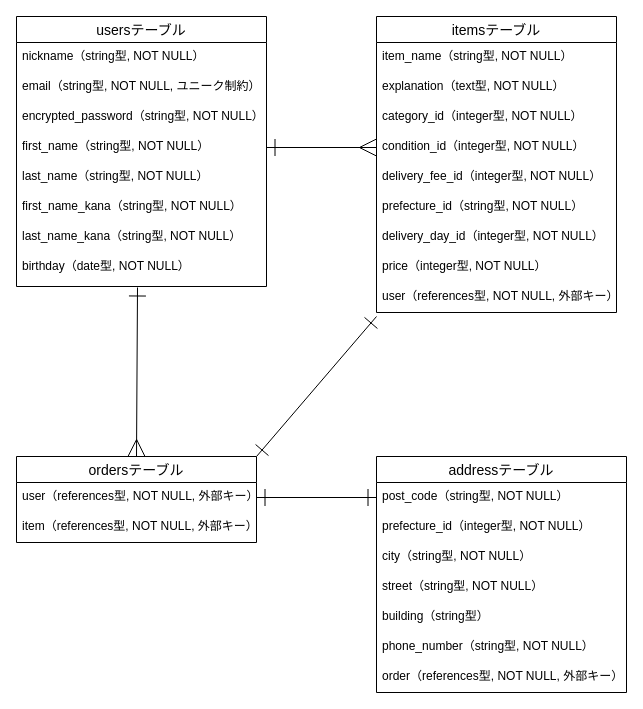
ayameblue/furima-40420-2 keeps this draw.io diagram as furima.dio. Above is the earlier version. Source tidied: cells renumbered, new cells numbered last; positions are measured from the earlier drawing's top-left corner, leaving out a move shared by most shapes. Both pictures are drawn from the tidied source at 100%, with x=0, y=0 at pixel (16, 16).
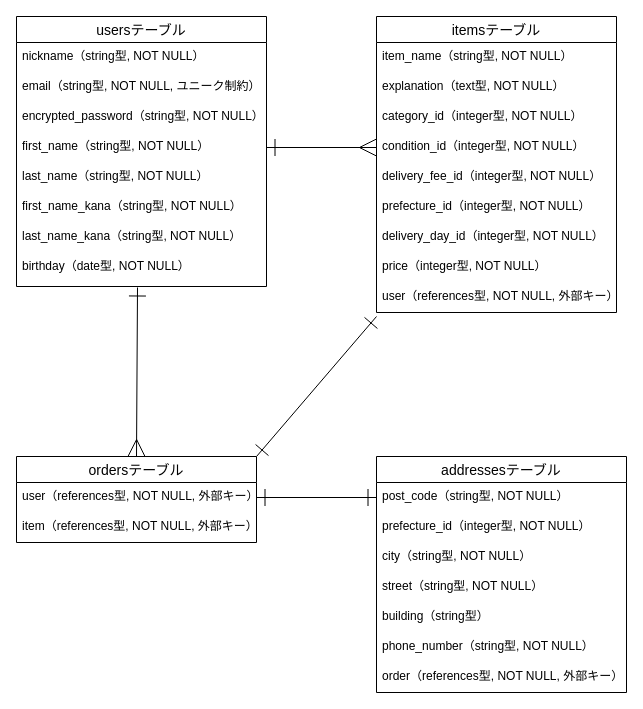
Above is the later version.

Commit message:
ER図　テーブル名修正

Unchanged cells that the change refers to:
```xml
<mxCell id="11" value="itemsテーブル" style="swimlane;fontStyle=0;horizontal=1;startSize=26;align=center;fontSize=14;" parent="1" vertex="1">
  <mxGeometry x="360" width="240" height="296" as="geometry" />
</mxCell>
```

The edit, as a diff of the source:
```diff
@@
-    <mxCell id="17" value="prefecture_id（string型, NOT NULL）" style="text;strokeColor=none;fillColor=none;spacingLeft=4;spacingRight=4;overflow=hidden;fontSize=12;" parent="11" vertex="1">
+    <mxCell id="17" value="prefecture_id（integer型, NOT NULL）" style="text;strokeColor=none;fillColor=none;spacingLeft=4;spacingRight=4;overflow=hidden;fontSize=12;" parent="11" vertex="1">
       <mxGeometry y="176" width="240" height="30" as="geometry" />
     </mxCell>
@@
-    <mxCell id="26" value="addressテーブル" style="swimlane;fontStyle=0;horizontal=1;startSize=26;align=center;fontSize=14;" parent="1" vertex="1">
+    <mxCell id="26" value="addressesテーブル" style="swimlane;fontStyle=0;horizontal=1;startSize=26;align=center;fontSize=14;" parent="1" vertex="1">
       <mxGeometry x="360" y="440" width="250" height="236" as="geometry" />
     </mxCell>
```
